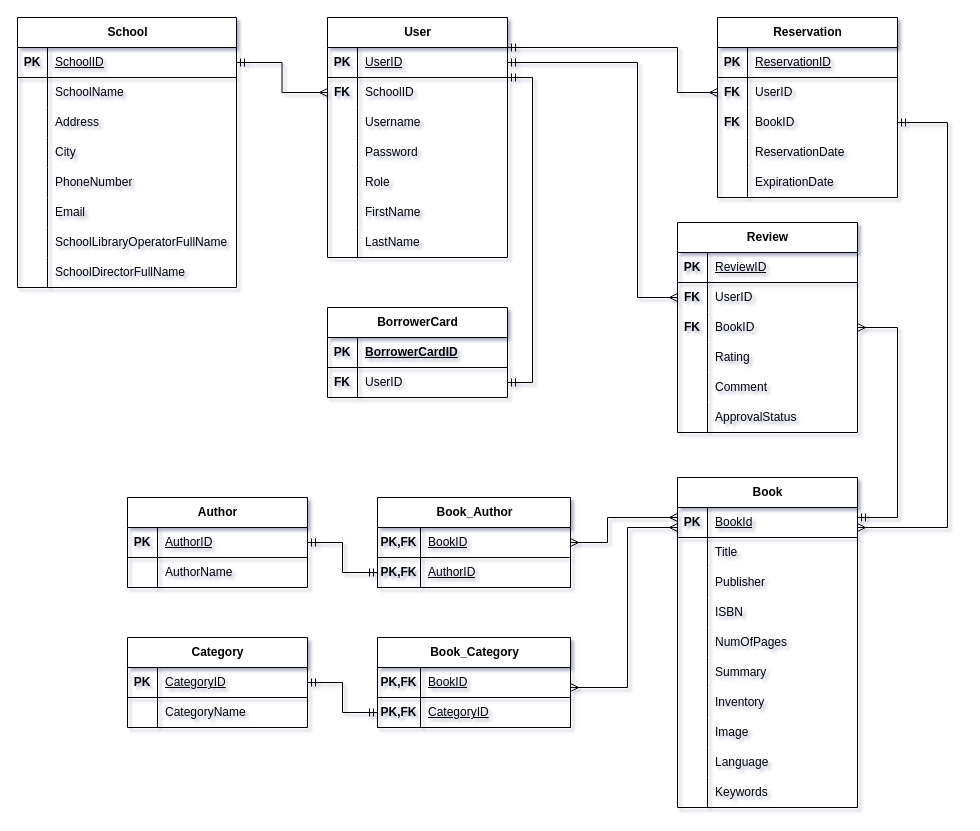
This is Untitled Diagram.drawio from ntua-el19877/Databases, a draw.io file, before an edit. Source tidied: cells renumbered, new cells numbered last; positions are measured from the earlier drawing's top-left corner, leaving out a move shared by most shapes. Both pictures are drawn from the tidied source at 100%, with x=0, y=0 at pixel (17, 17).
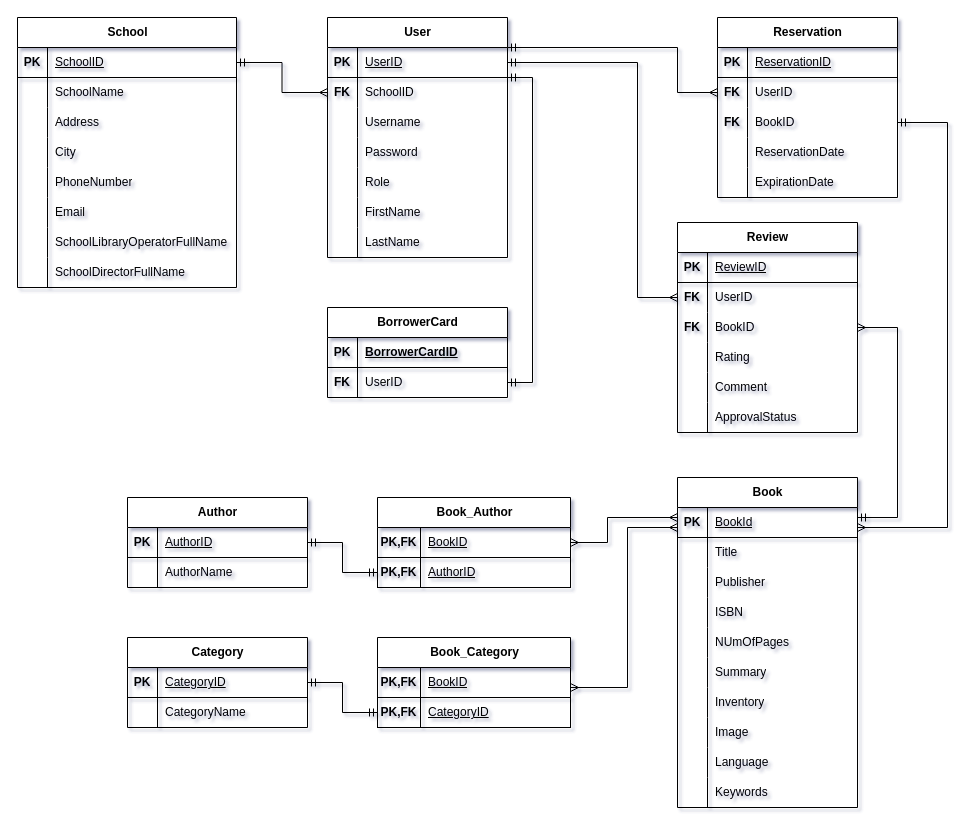
Above is the later version.

The change refers to these unchanged cells:
```xml
<mxCell id="41" style="shape=tableRow;horizontal=0;startSize=0;swimlaneHead=0;swimlaneBody=0;fillColor=none;top=0;left=0;right=0;bottom=0;" parent="28" vertex="1">
  <mxGeometry y="150" width="180" height="30" as="geometry" />
</mxCell>
```

The edit, as a diff of the source:
```diff
@@
-    <mxCell id="43" value="NumOfPages" style="shape=partialRectangle;fillColor=none;top=0;left=0;bottom=0;right=0;align=left;spacingLeft=6;overflow=hidden;whiteSpace=wrap;html=1;" parent="41" vertex="1">
+    <mxCell id="43" value="NUmOfPages" style="shape=partialRectangle;fillColor=none;top=0;left=0;bottom=0;right=0;align=left;spacingLeft=6;overflow=hidden;whiteSpace=wrap;html=1;" parent="41" vertex="1">
       <mxGeometry x="30" width="150" height="30" as="geometry" />
     </mxCell>
```
